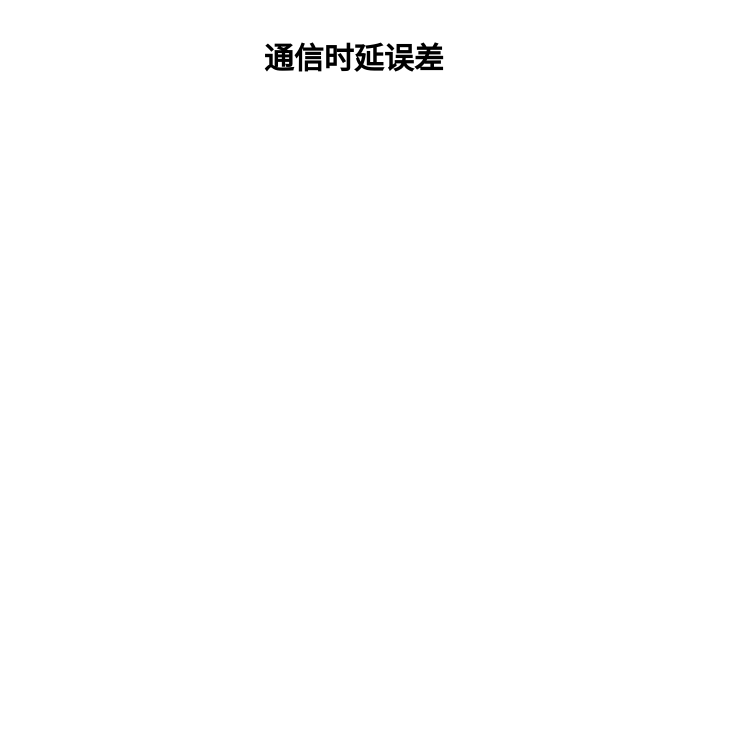
Earlier version of the draw.io diagram 通信时延误差.drawio (wjaswdd/draw.io). Source tidied: cells renumbered, new cells numbered last; positions are measured from the earlier drawing's top-left corner, leaving out a move shared by most shapes. Both pictures are drawn from the tidied source at 125%, with x=0, y=0 at pixel (258, 34).
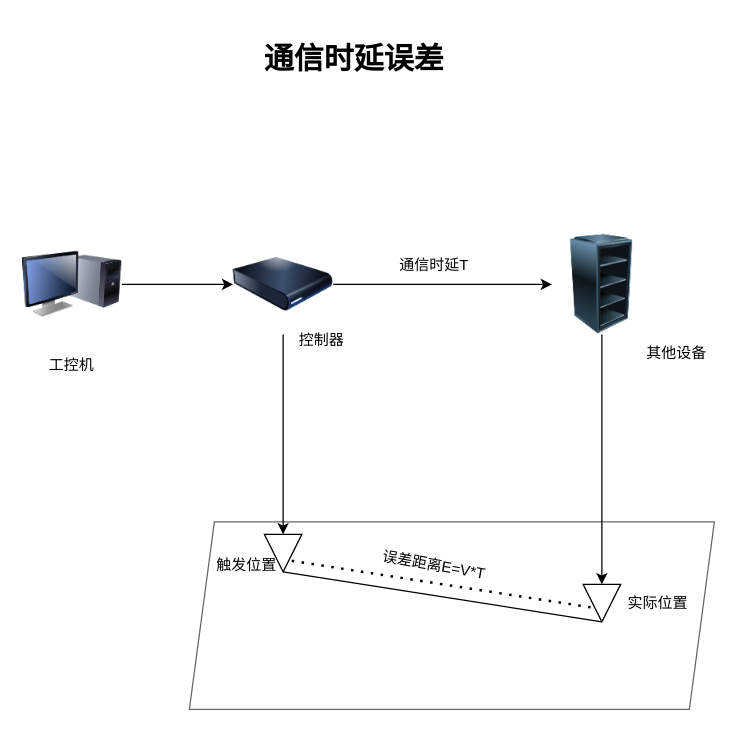
After the change.

Commit message (it also covers changes not shown here):
更新通信时延误差.drawio

What changed in the source:
```diff
@@
+    <mxCell id="3" style="shape=parallelogram;perimeter=parallelogramPerimeter;whiteSpace=wrap;html=1;fixedSize=1;direction=east;opacity=60;" parent="1" vertex="1">
+      <mxGeometry x="-55" y="390" width="420" height="150" as="geometry" />
+    </mxCell>
@@
+    <mxCell id="4" value="触发位置" style="text;html=1;strokeColor=none;fillColor=none;align=center;verticalAlign=middle;whiteSpace=wrap;rounded=0;" parent="1" vertex="1">
+      <mxGeometry x="-39" y="410" width="60" height="30" as="geometry" />
+    </mxCell>
+    <mxCell id="5" style="triangle;whiteSpace=wrap;html=1;direction=south;" parent="1" vertex="1">
+      <mxGeometry x="5" y="400" width="30" height="30" as="geometry" />
+    </mxCell>
+    <mxCell id="6" style="endArrow=none;dashed=1;html=1;dashPattern=1 3;strokeWidth=2;rounded=0;entryX=0.629;entryY=0.695;entryDx=0;entryDy=0;exitX=0.705;exitY=0.271;exitDx=0;exitDy=0;exitPerimeter=0;entryPerimeter=0;" parent="1" edge="1" source="5" target="7">
+      <mxGeometry relative="1" as="geometry" />
+    </mxCell>
+    <mxCell id="7" style="triangle;whiteSpace=wrap;html=1;direction=south;" parent="1" vertex="1">
+      <mxGeometry x="260" y="440" width="30" height="30" as="geometry" />
+    </mxCell>
+    <mxCell id="8" style="edgeStyle=orthogonalEdgeStyle;rounded=0;jettySize=auto;html=1;" parent="1" edge="1" source="9" target="12">
+      <mxGeometry relative="1" as="geometry" />
+    </mxCell>
+    <mxCell id="9" style="image;html=1;image=img/lib/clip_art/computers/Monitor_Tower_128x128.png;" parent="1" vertex="1">
+      <mxGeometry x="-189" y="160" width="80" height="80" as="geometry" />
+    </mxCell>
+    <mxCell id="10" style="edgeStyle=orthogonalEdgeStyle;rounded=0;jettySize=auto;html=1;" parent="1" edge="1" source="12" target="14">
+      <mxGeometry relative="1" as="geometry" />
+    </mxCell>
+    <mxCell id="11" style="edgeStyle=orthogonalEdgeStyle;rounded=0;jettySize=auto;html=1;" parent="1" edge="1" source="12" target="5">
+      <mxGeometry relative="1" as="geometry" />
+    </mxCell>
+    <mxCell id="12" style="image;html=1;image=img/lib/clip_art/computers/Harddrive_128x128.png;" parent="1" vertex="1">
+      <mxGeometry x="-20" y="160" width="80" height="80" as="geometry" />
+    </mxCell>
+    <mxCell id="13" style="edgeStyle=orthogonalEdgeStyle;rounded=0;jettySize=auto;html=1;" parent="1" edge="1" source="14" target="7">
+      <mxGeometry relative="1" as="geometry" />
+    </mxCell>
+    <mxCell id="14" style="image;html=1;image=img/lib/clip_art/computers/Server_Rack_Empty_128x128.png;" parent="1" vertex="1">
+      <mxGeometry x="235" y="160" width="80" height="80" as="geometry" />
+    </mxCell>
+    <mxCell id="15" value="工控机" style="text;html=1;strokeColor=none;fillColor=none;align=center;verticalAlign=middle;whiteSpace=wrap;rounded=0;" parent="1" vertex="1">
+      <mxGeometry x="-179" y="250" width="60" height="30" as="geometry" />
+    </mxCell>
+    <mxCell id="16" value="控制器" style="text;html=1;strokeColor=none;fillColor=none;align=center;verticalAlign=middle;whiteSpace=wrap;rounded=0;" parent="1" vertex="1">
+      <mxGeometry x="21" y="230" width="60" height="30" as="geometry" />
+    </mxCell>
+    <mxCell id="17" value="其他设备" style="text;html=1;strokeColor=none;fillColor=none;align=center;verticalAlign=middle;whiteSpace=wrap;rounded=0;" parent="1" vertex="1">
+      <mxGeometry x="305" y="240" width="60" height="30" as="geometry" />
+    </mxCell>
+    <mxCell id="18" value="通信时延T" style="text;html=1;strokeColor=none;fillColor=none;align=center;verticalAlign=middle;whiteSpace=wrap;rounded=0;" parent="1" vertex="1">
+      <mxGeometry x="111" y="170" width="60" height="30" as="geometry" />
+    </mxCell>
+    <mxCell id="19" value="误差距离E=V*T" style="text;html=1;strokeColor=none;fillColor=none;align=center;verticalAlign=middle;whiteSpace=wrap;rounded=0;rotation=10;" parent="1" vertex="1">
+      <mxGeometry x="91" y="410" width="100" height="30" as="geometry" />
+    </mxCell>
+    <mxCell id="20" value="实际位置" style="text;html=1;strokeColor=none;fillColor=none;align=center;verticalAlign=middle;whiteSpace=wrap;rounded=0;" parent="1" vertex="1">
+      <mxGeometry x="290" y="440" width="60" height="30" as="geometry" />
+    </mxCell>
+    <mxCell id="21" style="endArrow=none;html=1;rounded=0;exitX=1;exitY=0.5;exitDx=0;exitDy=0;entryX=1;entryY=0.5;entryDx=0;entryDy=0;" parent="1" edge="1" source="5" target="7">
+      <mxGeometry relative="1" as="geometry" />
+    </mxCell>
```
